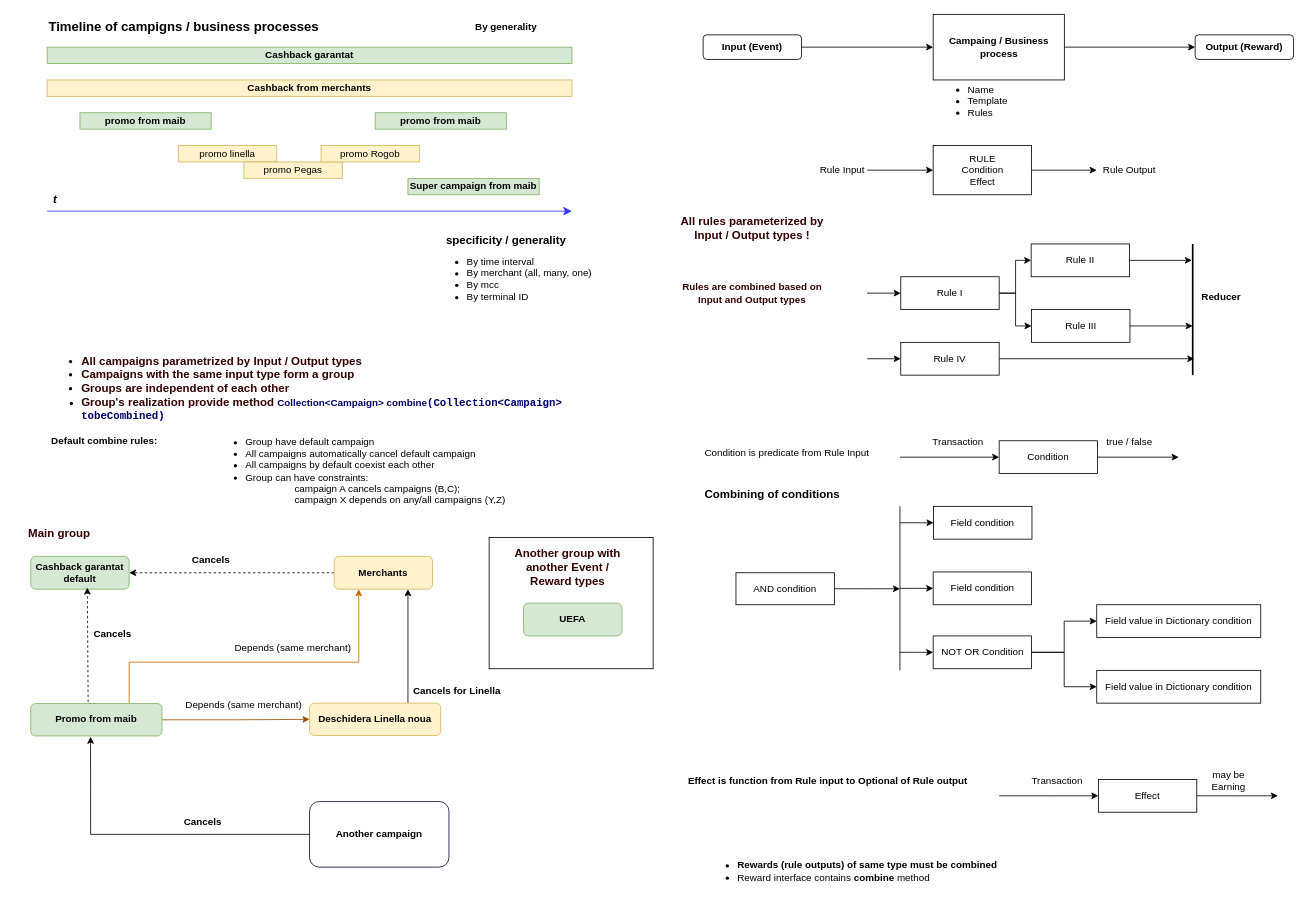
Earlier version of the draw.io diagram Диаграмма без названия.drawio (DemiusAcademius/diagrams). Source tidied: cells renumbered, new cells numbered last; positions are measured from the earlier drawing's top-left corner, leaving out a move shared by most shapes. Both pictures are drawn from the tidied source at 82%, with x=0, y=0 at pixel (14, 14).
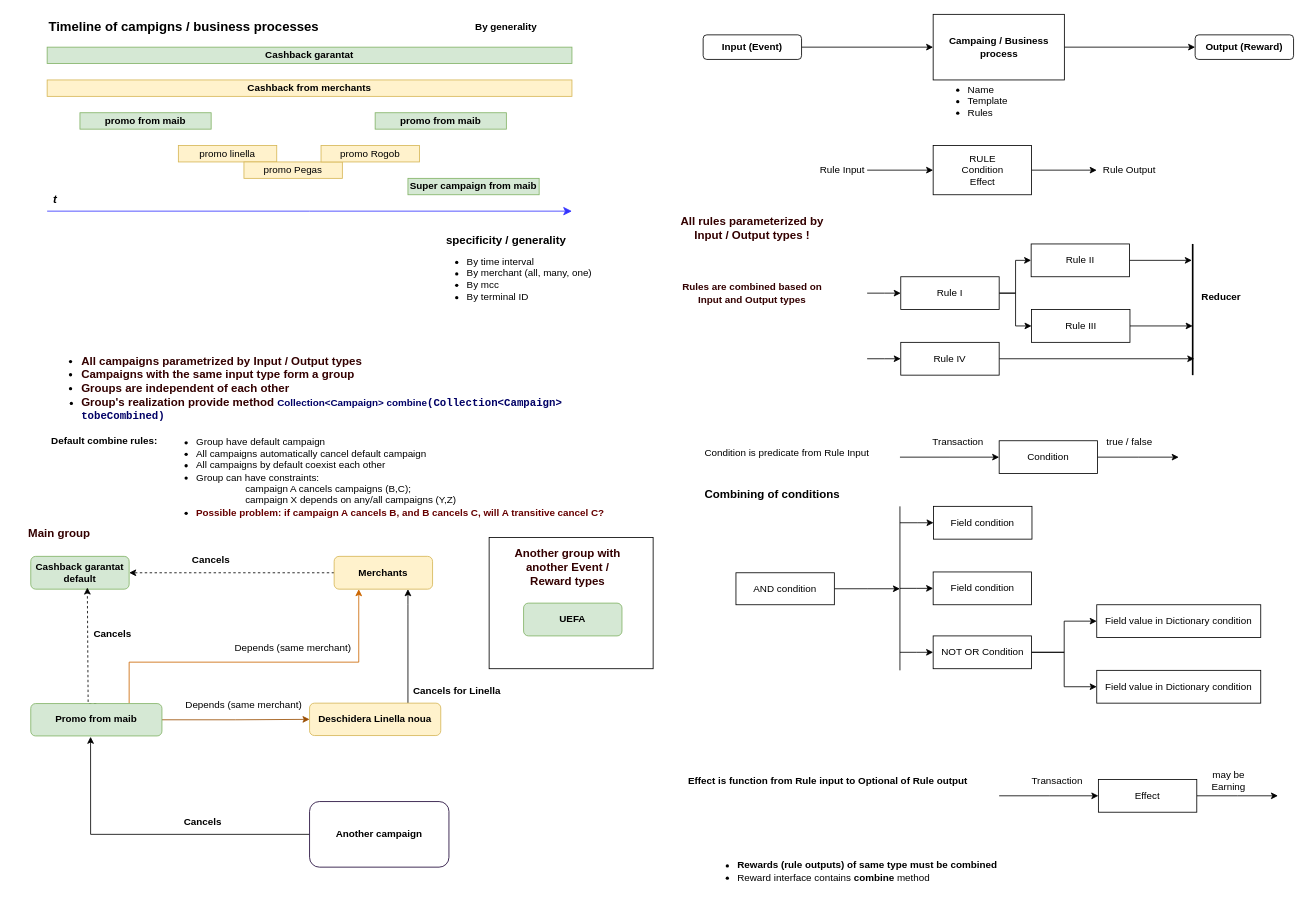
The same page after the edit.

Diff of the diagram source:
```diff
@@
-    <mxCell id="62" value="&lt;ul&gt;&lt;li&gt;Group have default campaign&lt;/li&gt;&lt;li&gt;All campaigns automatically cancel default campaign&lt;/li&gt;&lt;li&gt;All campaigns by default coexist each other&lt;/li&gt;&lt;li&gt;Group can have constraints: &lt;br&gt;&amp;nbsp; &amp;nbsp; &amp;nbsp; &amp;nbsp; &amp;nbsp; &amp;nbsp; &amp;nbsp; &amp;nbsp; &amp;nbsp; campaign A cancels campaigns (B,C);&lt;br&gt;&amp;nbsp; &amp;nbsp; &amp;nbsp; &amp;nbsp; &amp;nbsp; &amp;nbsp; &amp;nbsp; &amp;nbsp; &amp;nbsp; campaign X depends on any/all campaigns (Y,Z)&lt;/li&gt;&lt;/ul&gt;" style="text;strokeColor=none;fillColor=none;html=1;whiteSpace=wrap;verticalAlign=middle;overflow=hidden;" parent="1" vertex="1">
-      <mxGeometry x="240" y="500" width="510" height="110" as="geometry" />
+    <mxCell id="62" value="&lt;ul&gt;&lt;li&gt;Group have default campaign&lt;/li&gt;&lt;li&gt;All campaigns automatically cancel default campaign&lt;/li&gt;&lt;li&gt;All campaigns by default coexist each other&lt;/li&gt;&lt;li&gt;Group can have constraints: &lt;br&gt;&amp;nbsp; &amp;nbsp; &amp;nbsp; &amp;nbsp; &amp;nbsp; &amp;nbsp; &amp;nbsp; &amp;nbsp; &amp;nbsp; campaign A cancels campaigns (B,C);&lt;br&gt;&amp;nbsp; &amp;nbsp; &amp;nbsp; &amp;nbsp; &amp;nbsp; &amp;nbsp; &amp;nbsp; &amp;nbsp; &amp;nbsp; campaign X depends on any/all campaigns (Y,Z)&lt;/li&gt;&lt;li&gt;&lt;b&gt;&lt;font color=&quot;#660000&quot;&gt;Possible problem: if campaign A cancels B, and B cancels C, will A transitive cancel C?&lt;/font&gt;&lt;/b&gt;&lt;/li&gt;&lt;/ul&gt;" style="text;strokeColor=none;fillColor=none;html=1;whiteSpace=wrap;verticalAlign=middle;overflow=hidden;" parent="1" vertex="1">
+      <mxGeometry x="180" y="500" width="570" height="120" as="geometry" />
     </mxCell>
```
